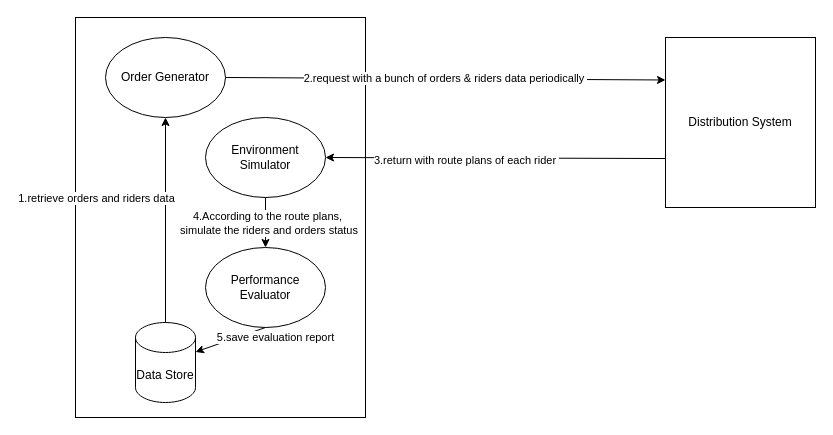
The draw.io diagram simulation-system.drawio in tallongsun/drawio, before the edit. Source tidied: cells renumbered, new cells numbered last; positions are measured from the earlier drawing's top-left corner, leaving out a move shared by most shapes. Both pictures are drawn from the tidied source at 100%, with x=0, y=0 at pixel (75, 17).
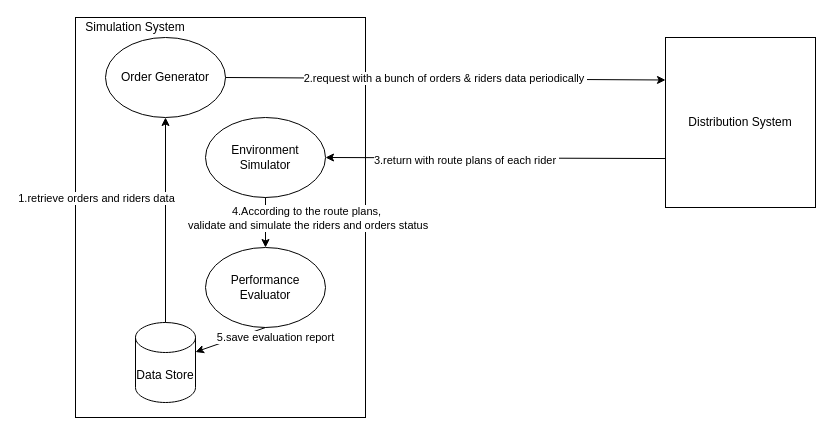
Above is the later version.

Unchanged cells that the change refers to:
```xml
<mxCell id="14" style="endArrow=classic;html=1;" parent="1" edge="1" source="12" target="13">
  <mxGeometry relative="1" as="geometry" />
</mxCell>
```

Change to the diagram source:
```diff
@@
-    <mxCell id="15" value="4.According to the route plans,&lt;br&gt;&amp;nbsp;simulate the riders and orders status" style="edgeLabel;html=1;align=center;verticalAlign=middle;" parent="14" vertex="1">
-      <mxGeometry y="1" relative="1" as="geometry" />
+    <mxCell id="15" value="4.According to the route plans,&lt;br&gt;&amp;nbsp;validate and simulate the riders and orders status" style="edgeLabel;html=1;align=center;verticalAlign=middle;" parent="14" vertex="1">
+      <mxGeometry y="1" relative="1" as="geometry">
+        <mxPoint x="39" y="-5" as="offset" />
+      </mxGeometry>
     </mxCell>
@@
+    <mxCell id="17" value="Simulation System" style="text;html=1;strokeColor=none;fillColor=none;align=center;verticalAlign=middle;whiteSpace=wrap;rounded=0;" parent="1" vertex="1">
+      <mxGeometry x="-10" width="140" height="20" as="geometry" />
+    </mxCell>
```
